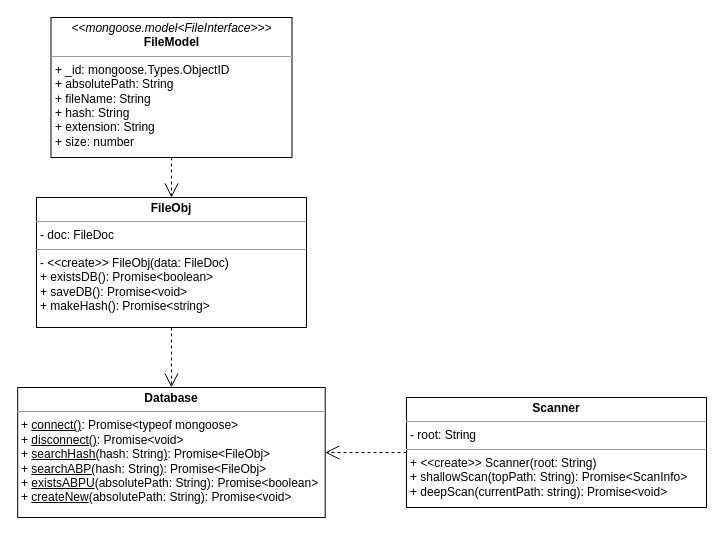
The draw.io diagram bfs-core.drawio in jm0ran/bfs-core, before the edit. Source tidied: cells renumbered, new cells numbered last; positions are measured from the earlier drawing's top-left corner, leaving out a move shared by most shapes. Both pictures are drawn from the tidied source at 100%, with x=0, y=0 at pixel (17, 17).
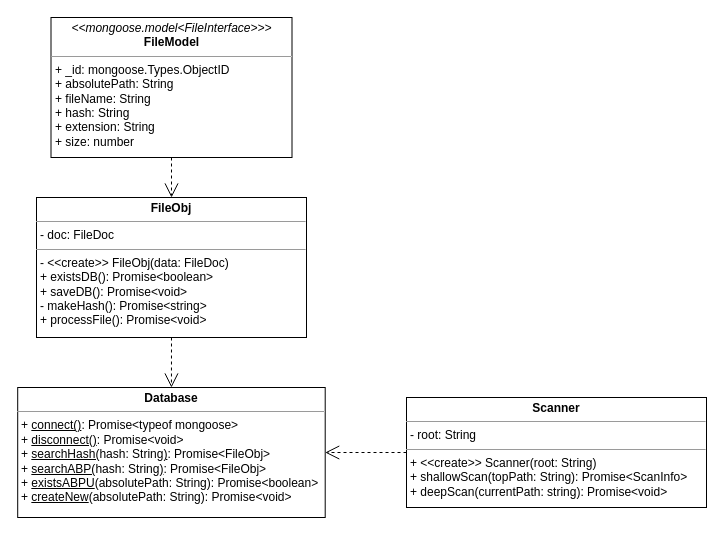
Above is the later version.

The edit, as a diff of the source:
```diff
@@
 <mxGraphModel>
   <root>
     <mxCell id="0" />
     <mxCell id="1" parent="0" />
-    <mxCell id="2" value="&lt;p style=&quot;margin: 0px ; margin-top: 4px ; text-align: center&quot;&gt;&lt;b&gt;FileObj&lt;/b&gt;&lt;/p&gt;&lt;hr size=&quot;1&quot;&gt;&lt;p style=&quot;margin: 0px ; margin-left: 4px&quot;&gt;- doc: FileDoc&lt;/p&gt;&lt;hr size=&quot;1&quot;&gt;&lt;p style=&quot;margin: 0px ; margin-left: 4px&quot;&gt;- &amp;lt;&amp;lt;create&amp;gt;&amp;gt; FileObj(data: FileDoc)&lt;/p&gt;&lt;p style=&quot;margin: 0px ; margin-left: 4px&quot;&gt;+ existsDB(): Promise&amp;lt;boolean&amp;gt;&lt;/p&gt;&lt;p style=&quot;margin: 0px ; margin-left: 4px&quot;&gt;+ saveDB(): Promise&amp;lt;void&amp;gt;&lt;/p&gt;&lt;p style=&quot;margin: 0px 0px 0px 4px&quot;&gt;+ makeHash(): Promise&amp;lt;string&amp;gt;&lt;/p&gt;&lt;p style=&quot;margin: 0px 0px 0px 4px&quot;&gt;&lt;br&gt;&lt;/p&gt;&lt;div&gt;&lt;br&gt;&lt;/div&gt;&lt;p style=&quot;margin: 0px ; margin-left: 4px&quot;&gt;&lt;br&gt;&lt;/p&gt;" style="verticalAlign=top;align=left;overflow=fill;fontSize=12;fontFamily=Helvetica;html=1;" parent="1" vertex="1">
-      <mxGeometry x="19" y="180" width="270" height="130" as="geometry" />
+    <mxCell id="2" value="&lt;p style=&quot;margin: 0px ; margin-top: 4px ; text-align: center&quot;&gt;&lt;b&gt;FileObj&lt;/b&gt;&lt;/p&gt;&lt;hr size=&quot;1&quot;&gt;&lt;p style=&quot;margin: 0px ; margin-left: 4px&quot;&gt;- doc: FileDoc&lt;/p&gt;&lt;hr size=&quot;1&quot;&gt;&lt;p style=&quot;margin: 0px ; margin-left: 4px&quot;&gt;- &amp;lt;&amp;lt;create&amp;gt;&amp;gt; FileObj(data: FileDoc)&lt;/p&gt;&lt;p style=&quot;margin: 0px ; margin-left: 4px&quot;&gt;+ existsDB(): Promise&amp;lt;boolean&amp;gt;&lt;/p&gt;&lt;p style=&quot;margin: 0px ; margin-left: 4px&quot;&gt;+ saveDB(): Promise&amp;lt;void&amp;gt;&lt;/p&gt;&lt;p style=&quot;margin: 0px 0px 0px 4px&quot;&gt;- makeHash(): Promise&amp;lt;string&amp;gt;&lt;/p&gt;&lt;p style=&quot;margin: 0px 0px 0px 4px&quot;&gt;+ processFile(): Promise&amp;lt;void&amp;gt;&lt;/p&gt;&lt;p style=&quot;margin: 0px 0px 0px 4px&quot;&gt;&lt;br&gt;&lt;/p&gt;&lt;div&gt;&lt;br&gt;&lt;/div&gt;&lt;p style=&quot;margin: 0px ; margin-left: 4px&quot;&gt;&lt;br&gt;&lt;/p&gt;" style="verticalAlign=top;align=left;overflow=fill;fontSize=12;fontFamily=Helvetica;html=1;" parent="1" vertex="1">
+      <mxGeometry x="19" y="180" width="270" height="140" as="geometry" />
     </mxCell>
     <mxCell id="3" value="&lt;p style=&quot;margin: 0px ; margin-top: 4px ; text-align: center&quot;&gt;&lt;i&gt;&amp;lt;&amp;lt;mongoose.model&amp;lt;FileInterface&amp;gt;&amp;gt;&amp;gt;&lt;/i&gt;&lt;br&gt;&lt;b&gt;FileModel&lt;/b&gt;&lt;/p&gt;&lt;hr size=&quot;1&quot;&gt;&lt;p style=&quot;margin: 0px ; margin-left: 4px&quot;&gt;+ _id: mongoose.Types.ObjectID&lt;/p&gt;&lt;p style=&quot;margin: 0px ; margin-left: 4px&quot;&gt;+ absolutePath: String&lt;/p&gt;&lt;p style=&quot;margin: 0px ; margin-left: 4px&quot;&gt;+ fileName: String&lt;br&gt;+ hash: String&lt;/p&gt;&lt;p style=&quot;margin: 0px ; margin-left: 4px&quot;&gt;+ extension: String&lt;/p&gt;&lt;p style=&quot;margin: 0px ; margin-left: 4px&quot;&gt;+ size: number&lt;/p&gt;" style="verticalAlign=top;align=left;overflow=fill;fontSize=12;fontFamily=Helvetica;html=1;" parent="1" vertex="1">
       <mxGeometry x="33.5" width="241" height="140" as="geometry" />
     </mxCell>
     <mxCell id="4" style="endArrow=open;endFill=1;endSize=12;html=1;rounded=0;exitX=0.5;exitY=1;exitDx=0;exitDy=0;entryX=0.5;entryY=0;entryDx=0;entryDy=0;dashed=1;" parent="1" edge="1" source="3" target="2">
       <mxGeometry relative="1" as="geometry" />
     </mxCell>
     <mxCell id="5" value="&lt;p style=&quot;margin: 0px ; margin-top: 4px ; text-align: center&quot;&gt;&lt;b&gt;Database&lt;/b&gt;&lt;/p&gt;&lt;hr size=&quot;1&quot;&gt;&lt;p style=&quot;margin: 0px ; margin-left: 4px&quot;&gt;&lt;span&gt;+ &lt;u&gt;connect()&lt;/u&gt;: Promise&amp;lt;typeof mongoose&amp;gt;&lt;/span&gt;&lt;br&gt;&lt;/p&gt;&lt;p style=&quot;margin: 0px ; margin-left: 4px&quot;&gt;+ &lt;u&gt;disconnect()&lt;/u&gt;: Promise&amp;lt;void&amp;gt;&lt;/p&gt;&lt;p style=&quot;margin: 0px ; margin-left: 4px&quot;&gt;+ &lt;u&gt;searchHash(&lt;/u&gt;hash: String&lt;u&gt;)&lt;/u&gt;: Promise&amp;lt;FileObj&amp;gt;&lt;/p&gt;&lt;p style=&quot;margin: 0px ; margin-left: 4px&quot;&gt;+&amp;nbsp;&lt;u&gt;searchABP(&lt;/u&gt;hash: String&lt;u&gt;)&lt;/u&gt;: Promise&amp;lt;FileObj&amp;gt;&lt;br&gt;&lt;/p&gt;&lt;p style=&quot;margin: 0px ; margin-left: 4px&quot;&gt;+ &lt;u&gt;existsABPU&lt;/u&gt;(absolutePath: String): Promise&amp;lt;boolean&amp;gt;&lt;/p&gt;&lt;p style=&quot;margin: 0px ; margin-left: 4px&quot;&gt;+ &lt;u&gt;createNew&lt;/u&gt;(absolutePath: String): Promise&amp;lt;void&amp;gt;&lt;/p&gt;" style="verticalAlign=top;align=left;overflow=fill;fontSize=12;fontFamily=Helvetica;html=1;" parent="1" vertex="1">
       <mxGeometry x="0.2" y="370" width="307.5" height="130" as="geometry" />
     </mxCell>
     <mxCell id="6" style="endArrow=open;endFill=1;endSize=12;html=1;rounded=0;exitX=0.5;exitY=1;exitDx=0;exitDy=0;entryX=0.5;entryY=0;entryDx=0;entryDy=0;dashed=1;" parent="1" edge="1" source="2" target="5">
       <mxGeometry relative="1" as="geometry" />
     </mxCell>
     <mxCell id="7" value="&lt;p style=&quot;margin: 0px ; margin-top: 4px ; text-align: center&quot;&gt;&lt;b&gt;Scanner&lt;/b&gt;&lt;/p&gt;&lt;hr size=&quot;1&quot;&gt;&lt;p style=&quot;margin: 0px ; margin-left: 4px&quot;&gt;- root: String&lt;br&gt;&lt;/p&gt;&lt;hr size=&quot;1&quot;&gt;&lt;p style=&quot;margin: 0px ; margin-left: 4px&quot;&gt;+ &amp;lt;&amp;lt;create&amp;gt;&amp;gt; Scanner(root: String)&lt;br&gt;+ shallowScan(topPath: String): Promise&amp;lt;ScanInfo&amp;gt;&lt;/p&gt;&lt;p style=&quot;margin: 0px ; margin-left: 4px&quot;&gt;+ deepScan(currentPath: string): Promise&amp;lt;void&amp;gt;&lt;/p&gt;" style="verticalAlign=top;align=left;overflow=fill;fontSize=12;fontFamily=Helvetica;html=1;" parent="1" vertex="1">
       <mxGeometry x="389" y="380" width="300" height="110" as="geometry" />
     </mxCell>
     <mxCell id="8" style="endArrow=open;endSize=12;dashed=1;html=1;rounded=0;exitX=0;exitY=0.5;exitDx=0;exitDy=0;entryX=1;entryY=0.5;entryDx=0;entryDy=0;" parent="1" edge="1" source="7" target="5">
       <mxGeometry relative="1" as="geometry" />
     </mxCell>
   </root>
 </mxGraphModel>
```
